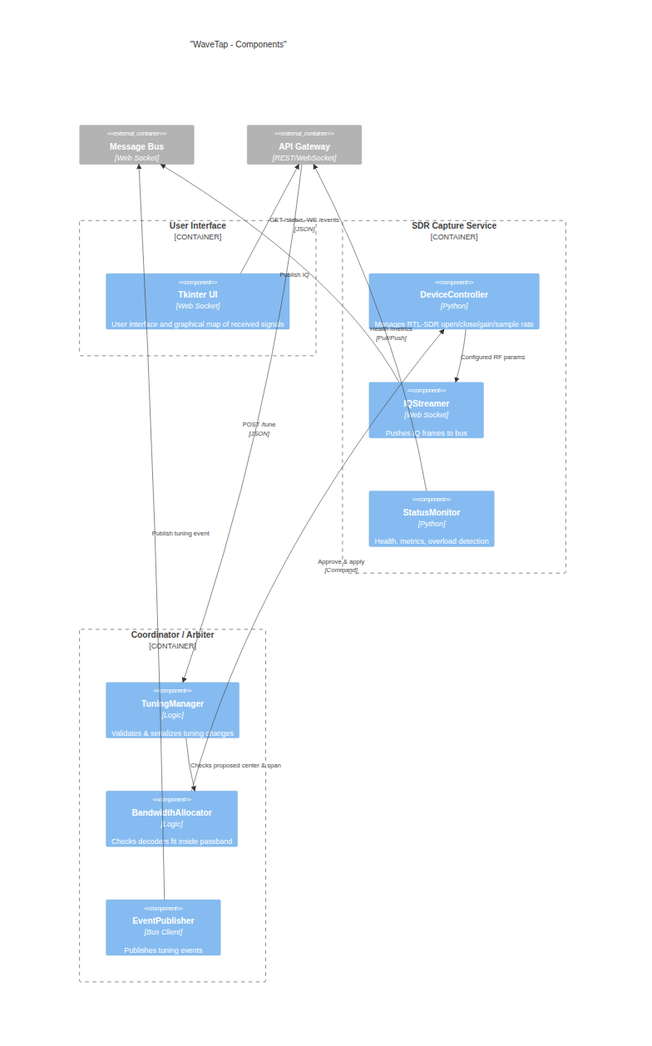
This is documentation/diagrams_output/03_c4_components.png from bwharris1125/WaveTap_SDR, a Mermaid export, as it was before one commit. Its source is kept beside it as documentation/diagrams/03_c4_components.mmd. The source it was exported from:
```mermaid
C4Component
title "WaveTap - Components"

Container_Ext(bus, "Message Bus", "Web Socket")
Container_Ext(api, "API Gateway", "REST/WebSocket")

Container_Boundary(gui, "User Interface") {
  Component(py_ui, "Tkinter UI", "Web Socket", "User interface and graphical map of received signals")
}

Container_Boundary(cap, "SDR Capture Service") {
  Component(dev_ctrl, "DeviceController", "Python", "Manages RTL-SDR open/close/gain/sample rate")
  Component(streamer, "IQStreamer", "Web Socket", "Pushes IQ frames to bus")
  Component(stat_mon, "StatusMonitor", "Python", "Health, metrics, overload detection")
}

Container_Boundary(coord, "Coordinator / Arbiter") {
  Component(tun_mgr, "TuningManager", "Logic", "Validates & serializes tuning changes")
  Component(bw_alloc, "BandwidthAllocator", "Logic", "Checks decoders fit inside passband")
  Component(notify, "EventPublisher", "Bus Client", "Publishes tuning events")
}

Rel(py_ui, api, "GET /status, WS /events", "JSON")
Rel(api, tun_mgr, "POST /tune", "JSON")
Rel(tun_mgr, bw_alloc, "Checks proposed center & span")
Rel(bw_alloc, dev_ctrl, "Approve & apply", "Command")
Rel(dev_ctrl, streamer, "Configured RF params")
Rel(streamer, bus, "Publish IQ")
Rel(notify, bus, "Publish tuning event")
Rel(stat_mon, api, "Health /metrics", "Pull/Push")
```
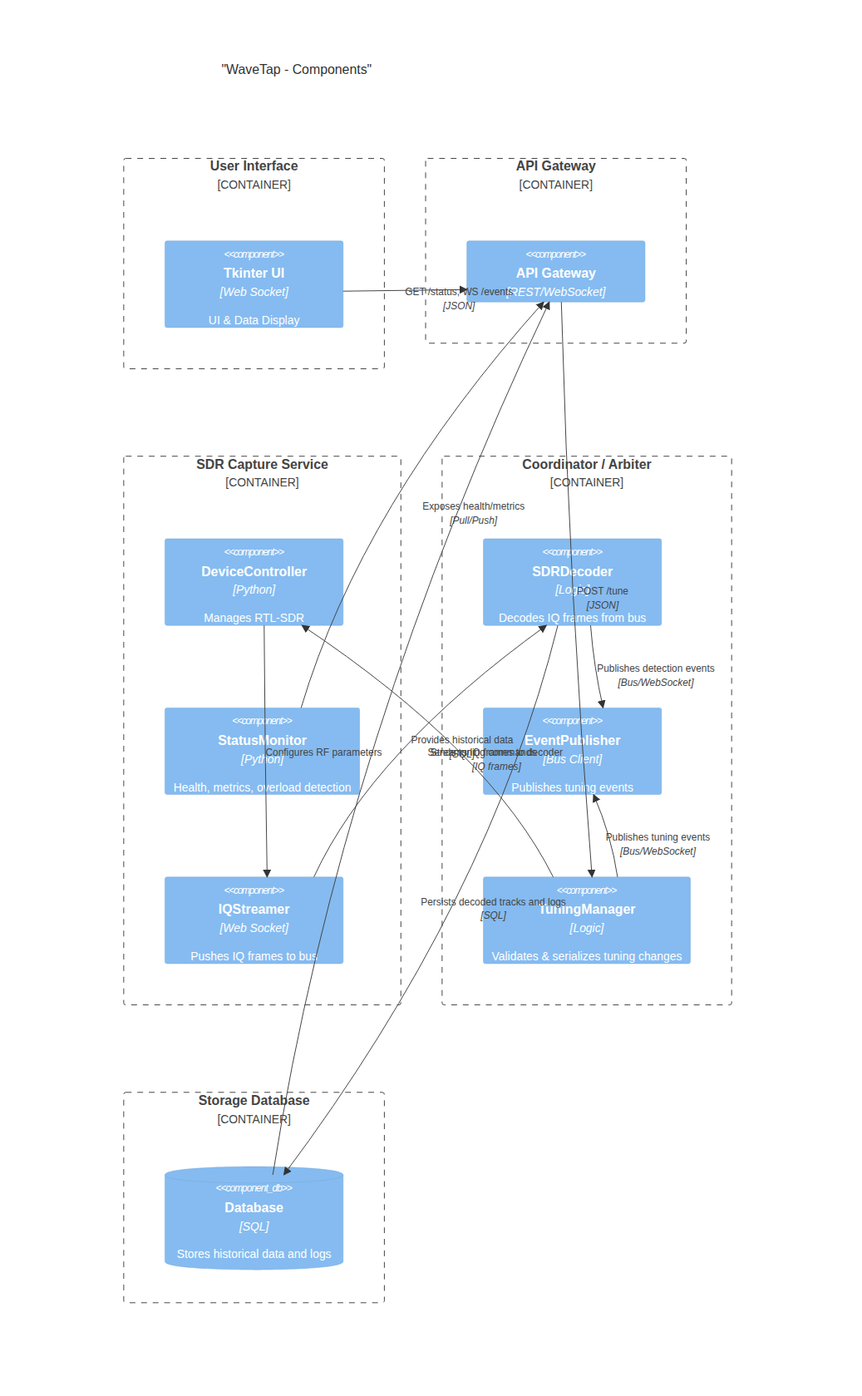
Above is the later version.

Diff of the diagram source:
```diff
@@ -1,30 +1,38 @@
 C4Component
 title "WaveTap - Components"
 
-Container_Ext(bus, "Message Bus", "Web Socket")
-Container_Ext(api, "API Gateway", "REST/WebSocket")
 
 Container_Boundary(gui, "User Interface") {
-  Component(py_ui, "Tkinter UI", "Web Socket", "User interface and graphical map of received signals")
+  Component(py_ui, "Tkinter UI", "Web Socket", "UI &  Data Display")
+}
+
+Container_Boundary(gateway, "API Gateway") {
+  Component(api, "API Gateway", "REST/WebSocket")
 }
 
 Container_Boundary(cap, "SDR Capture Service") {
-  Component(dev_ctrl, "DeviceController", "Python", "Manages RTL-SDR open/close/gain/sample rate")
+  Component(dev_ctrl, "DeviceController", "Python", "Manages RTL-SDR")
+  Component(stat_mon, "StatusMonitor", "Python", "Health, metrics, overload detection")
   Component(streamer, "IQStreamer", "Web Socket", "Pushes IQ frames to bus")
-  Component(stat_mon, "StatusMonitor", "Python", "Health, metrics, overload detection")
 }
 
 Container_Boundary(coord, "Coordinator / Arbiter") {
+  Component(sdr_dec, "SDRDecoder", "Logic", "Decodes IQ frames from bus")
+  Component(notify, "EventPublisher", "Bus Client", "Publishes tuning events")
   Component(tun_mgr, "TuningManager", "Logic", "Validates & serializes tuning changes")
-  Component(bw_alloc, "BandwidthAllocator", "Logic", "Checks decoders fit inside passband")
-  Component(notify, "EventPublisher", "Bus Client", "Publishes tuning events")
+}
+
+Container_Boundary(database, "Storage Database") {
+  ComponentDb(db, "Database", "SQL", "Stores historical data and logs")
 }
 
 Rel(py_ui, api, "GET /status, WS /events", "JSON")
 Rel(api, tun_mgr, "POST /tune", "JSON")
-Rel(tun_mgr, bw_alloc, "Checks proposed center & span")
-Rel(bw_alloc, dev_ctrl, "Approve & apply", "Command")
-Rel(dev_ctrl, streamer, "Configured RF params")
-Rel(streamer, bus, "Publish IQ")
-Rel(notify, bus, "Publish tuning event")
-Rel(stat_mon, api, "Health /metrics", "Pull/Push")
+Rel(tun_mgr, dev_ctrl, "Sends tuning commands")
+Rel(dev_ctrl, streamer, "Configures RF parameters")
+Rel(streamer, sdr_dec, "Streams IQ frames to decoder", "IQ frames")
+Rel(sdr_dec, db, "Persists decoded tracks and logs", "SQL")
+Rel(db, api, "Provides historical data", "SQL")
+Rel(stat_mon, api, "Exposes health/metrics", "Pull/Push")
+Rel(sdr_dec, notify, "Publishes detection events", "Bus/WebSocket")
+Rel(tun_mgr, notify, "Publishes tuning events", "Bus/WebSocket")
```
